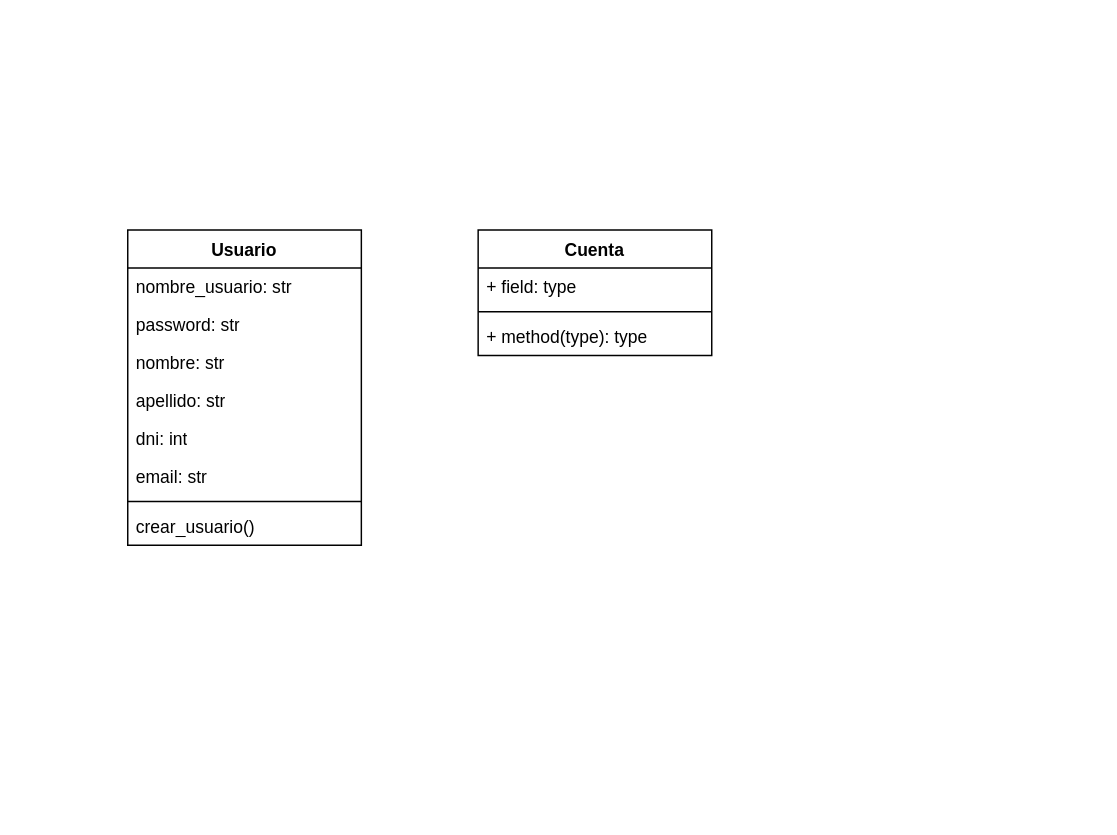
Tuple-Developers/Proyecto_Integrador keeps this draw.io diagram as jmarchisone.drawio. Above is the earlier version. Source tidied: cells renumbered, new cells numbered last; positions are measured from the earlier drawing's top-left corner, leaving out a move shared by most shapes. Both pictures are drawn from the tidied source at 146%, with x=0, y=0 at pixel (127, 229).
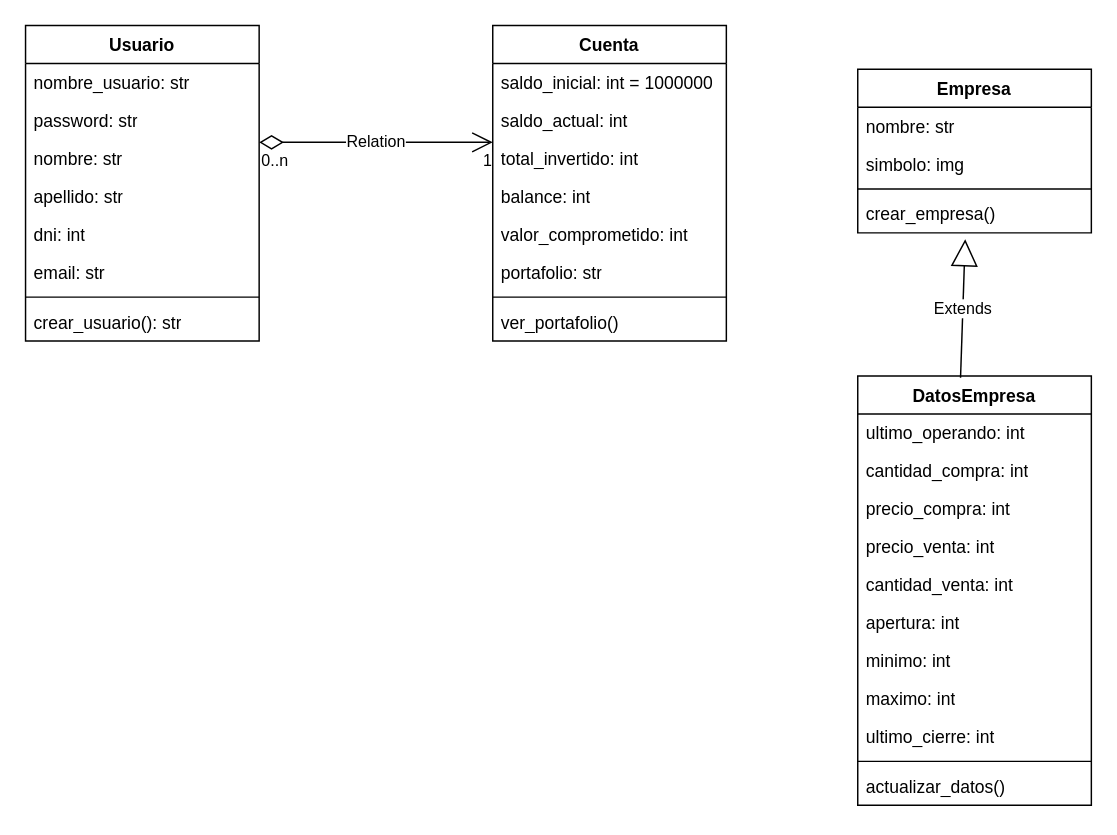
The same page after the edit.

What changed in the source:
```diff
@@
     <mxCell id="2" value="Usuario" style="swimlane;fontStyle=1;align=center;verticalAlign=top;horizontal=1;startSize=26;whiteSpace=wrap;html=1;" parent="1" vertex="1">
-      <mxGeometry width="160" height="216" as="geometry" />
+      <mxGeometry x="-70" y="-140" width="160" height="216" as="geometry" />
     </mxCell>
@@
-    <mxCell id="10" value="crear_usuario()" style="text;strokeColor=none;fillColor=none;align=left;verticalAlign=top;spacingLeft=4;spacingRight=4;overflow=hidden;whiteSpace=wrap;html=1;" parent="2" vertex="1">
+    <mxCell id="10" value="crear_usuario(): str" style="text;strokeColor=none;fillColor=none;align=left;verticalAlign=top;spacingLeft=4;spacingRight=4;overflow=hidden;whiteSpace=wrap;html=1;" parent="2" vertex="1">
       <mxGeometry y="190" width="160" height="26" as="geometry" />
     </mxCell>
     <mxCell id="11" value="Cuenta" style="swimlane;fontStyle=1;align=center;verticalAlign=top;horizontal=1;startSize=26;whiteSpace=wrap;html=1;" parent="1" vertex="1">
-      <mxGeometry x="240" width="160" height="86" as="geometry" />
+      <mxGeometry x="250" y="-140" width="160" height="216" as="geometry" />
     </mxCell>
-    <mxCell id="12" value="+ field: type" style="text;strokeColor=none;fillColor=none;align=left;verticalAlign=top;spacingLeft=4;spacingRight=4;overflow=hidden;points=[[0,0.5],[1,0.5]];portConstraint=eastwest;whiteSpace=wrap;html=1;" parent="11" vertex="1">
+    <mxCell id="12" value="saldo_inicial: int = 1000000" style="text;strokeColor=none;fillColor=none;align=left;verticalAlign=top;spacingLeft=4;spacingRight=4;overflow=hidden;points=[[0,0.5],[1,0.5]];portConstraint=eastwest;whiteSpace=wrap;html=1;" parent="11" vertex="1">
       <mxGeometry y="26" width="160" height="26" as="geometry" />
     </mxCell>
+    <mxCell id="15" value="saldo_actual: int" style="text;strokeColor=none;fillColor=none;align=left;verticalAlign=top;spacingLeft=4;spacingRight=4;overflow=hidden;whiteSpace=wrap;html=1;" parent="11" vertex="1">
+      <mxGeometry y="52" width="160" height="26" as="geometry" />
+    </mxCell>
+    <mxCell id="16" value="total_invertido: int" style="text;strokeColor=none;fillColor=none;align=left;verticalAlign=top;spacingLeft=4;spacingRight=4;overflow=hidden;whiteSpace=wrap;html=1;" parent="11" vertex="1">
+      <mxGeometry y="78" width="160" height="26" as="geometry" />
+    </mxCell>
+    <mxCell id="17" value="balance: int" style="text;strokeColor=none;fillColor=none;align=left;verticalAlign=top;spacingLeft=4;spacingRight=4;overflow=hidden;whiteSpace=wrap;html=1;" parent="11" vertex="1">
+      <mxGeometry y="104" width="160" height="26" as="geometry" />
+    </mxCell>
+    <mxCell id="18" value="valor_comprometido: int" style="text;strokeColor=none;fillColor=none;align=left;verticalAlign=top;spacingLeft=4;spacingRight=4;overflow=hidden;whiteSpace=wrap;html=1;" parent="11" vertex="1">
+      <mxGeometry y="130" width="160" height="26" as="geometry" />
+    </mxCell>
+    <mxCell id="19" value="portafolio: str" style="text;strokeColor=none;fillColor=none;align=left;verticalAlign=top;spacingLeft=4;spacingRight=4;overflow=hidden;whiteSpace=wrap;html=1;" parent="11" vertex="1">
+      <mxGeometry y="156" width="160" height="26" as="geometry" />
+    </mxCell>
     <mxCell id="13" style="line;strokeWidth=1;fillColor=none;align=left;verticalAlign=middle;spacingTop=-1;spacingLeft=3;spacingRight=3;labelPosition=right;strokeColor=inherit;" parent="11" vertex="1">
-      <mxGeometry y="52" width="160" height="8" as="geometry" />
+      <mxGeometry y="182" width="160" height="8" as="geometry" />
     </mxCell>
-    <mxCell id="14" value="+ method(type): type" style="text;strokeColor=none;fillColor=none;align=left;verticalAlign=top;spacingLeft=4;spacingRight=4;overflow=hidden;whiteSpace=wrap;html=1;" parent="11" vertex="1">
-      <mxGeometry y="60" width="160" height="26" as="geometry" />
-    </mxCell>
+    <mxCell id="20" value="ver_portafolio()" style="text;strokeColor=none;fillColor=none;align=left;verticalAlign=top;spacingLeft=4;spacingRight=4;overflow=hidden;whiteSpace=wrap;html=1;" parent="11" vertex="1">
+      <mxGeometry y="190" width="160" height="26" as="geometry" />
+    </mxCell>
+    <mxCell id="21" style="edgeStyle=orthogonalEdgeStyle;rounded=0;orthogonalLoop=1;jettySize=auto;html=1;exitX=1;exitY=0.5;exitDx=0;exitDy=0;" parent="11" edge="1" source="12" target="12">
+      <mxGeometry relative="1" as="geometry" />
+    </mxCell>
+    <mxCell id="22" value="Relation" style="endArrow=open;html=1;endSize=12;startArrow=diamondThin;startSize=14;startFill=0;edgeStyle=orthogonalEdgeStyle;rounded=0;" parent="1" edge="1">
+      <mxGeometry relative="1" as="geometry">
+        <mxPoint x="90" y="-60" as="sourcePoint" />
+        <mxPoint x="250" y="-60" as="targetPoint" />
+      </mxGeometry>
+    </mxCell>
+    <mxCell id="23" value="0..n" style="edgeLabel;html=1;align=left;verticalAlign=top;" parent="22" vertex="1">
+      <mxGeometry x="-1" relative="1" as="geometry" />
+    </mxCell>
+    <mxCell id="24" value="1" style="edgeLabel;html=1;align=right;verticalAlign=top;" parent="22" vertex="1">
+      <mxGeometry x="1" relative="1" as="geometry" />
+    </mxCell>
+    <mxCell id="25" value="Empresa" style="swimlane;fontStyle=1;align=center;verticalAlign=top;horizontal=1;startSize=26;whiteSpace=wrap;html=1;" parent="1" vertex="1">
+      <mxGeometry x="500" y="-110" width="160" height="112" as="geometry" />
+    </mxCell>
+    <mxCell id="26" value="nombre: str" style="text;strokeColor=none;fillColor=none;align=left;verticalAlign=top;spacingLeft=4;spacingRight=4;overflow=hidden;whiteSpace=wrap;html=1;" parent="25" vertex="1">
+      <mxGeometry y="26" width="160" height="26" as="geometry" />
+    </mxCell>
+    <mxCell id="27" value="simbolo: img" style="text;strokeColor=none;fillColor=none;align=left;verticalAlign=top;spacingLeft=4;spacingRight=4;overflow=hidden;whiteSpace=wrap;html=1;" parent="25" vertex="1">
+      <mxGeometry y="52" width="160" height="26" as="geometry" />
+    </mxCell>
+    <mxCell id="28" style="line;strokeWidth=1;fillColor=none;align=left;verticalAlign=middle;spacingTop=-1;spacingLeft=3;spacingRight=3;labelPosition=right;strokeColor=inherit;" parent="25" vertex="1">
+      <mxGeometry y="78" width="160" height="8" as="geometry" />
+    </mxCell>
+    <mxCell id="29" value="crear_empresa()" style="text;strokeColor=none;fillColor=none;align=left;verticalAlign=top;spacingLeft=4;spacingRight=4;overflow=hidden;points=[[0,0.5],[1,0.5]];portConstraint=eastwest;whiteSpace=wrap;html=1;" parent="25" vertex="1">
+      <mxGeometry y="86" width="160" height="26" as="geometry" />
+    </mxCell>
+    <mxCell id="30" value="DatosEmpresa" style="swimlane;fontStyle=1;align=center;verticalAlign=top;horizontal=1;startSize=26;whiteSpace=wrap;html=1;" parent="1" vertex="1">
+      <mxGeometry x="500" y="100" width="160" height="294" as="geometry" />
+    </mxCell>
+    <mxCell id="31" value="ultimo_operando: int" style="text;strokeColor=none;fillColor=none;align=left;verticalAlign=top;spacingLeft=4;spacingRight=4;overflow=hidden;whiteSpace=wrap;html=1;" parent="30" vertex="1">
+      <mxGeometry y="26" width="160" height="26" as="geometry" />
+    </mxCell>
+    <mxCell id="32" value="cantidad_compra: int" style="text;strokeColor=none;fillColor=none;align=left;verticalAlign=top;spacingLeft=4;spacingRight=4;overflow=hidden;whiteSpace=wrap;html=1;" parent="30" vertex="1">
+      <mxGeometry y="52" width="160" height="26" as="geometry" />
+    </mxCell>
+    <mxCell id="33" value="precio_compra: int" style="text;strokeColor=none;fillColor=none;align=left;verticalAlign=top;spacingLeft=4;spacingRight=4;overflow=hidden;whiteSpace=wrap;html=1;" parent="30" vertex="1">
+      <mxGeometry y="78" width="160" height="26" as="geometry" />
+    </mxCell>
+    <mxCell id="34" value="precio_venta: int" style="text;strokeColor=none;fillColor=none;align=left;verticalAlign=top;spacingLeft=4;spacingRight=4;overflow=hidden;whiteSpace=wrap;html=1;" parent="30" vertex="1">
+      <mxGeometry y="104" width="160" height="26" as="geometry" />
+    </mxCell>
+    <mxCell id="35" value="cantidad_venta: int" style="text;strokeColor=none;fillColor=none;align=left;verticalAlign=top;spacingLeft=4;spacingRight=4;overflow=hidden;whiteSpace=wrap;html=1;" parent="30" vertex="1">
+      <mxGeometry y="130" width="160" height="26" as="geometry" />
+    </mxCell>
+    <mxCell id="36" value="apertura: int" style="text;strokeColor=none;fillColor=none;align=left;verticalAlign=top;spacingLeft=4;spacingRight=4;overflow=hidden;whiteSpace=wrap;html=1;" parent="30" vertex="1">
+      <mxGeometry y="156" width="160" height="26" as="geometry" />
+    </mxCell>
+    <mxCell id="37" value="minimo: int" style="text;strokeColor=none;fillColor=none;align=left;verticalAlign=top;spacingLeft=4;spacingRight=4;overflow=hidden;whiteSpace=wrap;html=1;" parent="30" vertex="1">
+      <mxGeometry y="182" width="160" height="26" as="geometry" />
+    </mxCell>
+    <mxCell id="38" value="maximo: int" style="text;strokeColor=none;fillColor=none;align=left;verticalAlign=top;spacingLeft=4;spacingRight=4;overflow=hidden;whiteSpace=wrap;html=1;" parent="30" vertex="1">
+      <mxGeometry y="208" width="160" height="26" as="geometry" />
+    </mxCell>
+    <mxCell id="39" value="ultimo_cierre: int" style="text;strokeColor=none;fillColor=none;align=left;verticalAlign=top;spacingLeft=4;spacingRight=4;overflow=hidden;whiteSpace=wrap;html=1;" parent="30" vertex="1">
+      <mxGeometry y="234" width="160" height="26" as="geometry" />
+    </mxCell>
+    <mxCell id="40" style="line;strokeWidth=1;fillColor=none;align=left;verticalAlign=middle;spacingTop=-1;spacingLeft=3;spacingRight=3;labelPosition=right;strokeColor=inherit;" parent="30" vertex="1">
+      <mxGeometry y="260" width="160" height="8" as="geometry" />
+    </mxCell>
+    <mxCell id="41" value="actualizar_datos()" style="text;strokeColor=none;fillColor=none;align=left;verticalAlign=top;spacingLeft=4;spacingRight=4;overflow=hidden;whiteSpace=wrap;html=1;" parent="30" vertex="1">
+      <mxGeometry y="268" width="160" height="26" as="geometry" />
+    </mxCell>
+    <mxCell id="42" value="Extends" style="endArrow=block;endSize=16;endFill=0;html=1;rounded=0;exitX=0.44;exitY=0.004;exitDx=0;exitDy=0;exitPerimeter=0;entryX=0.46;entryY=1.169;entryDx=0;entryDy=0;entryPerimeter=0;" parent="1" edge="1" source="30" target="29">
+      <mxGeometry relative="1" as="geometry" />
+    </mxCell>
```
